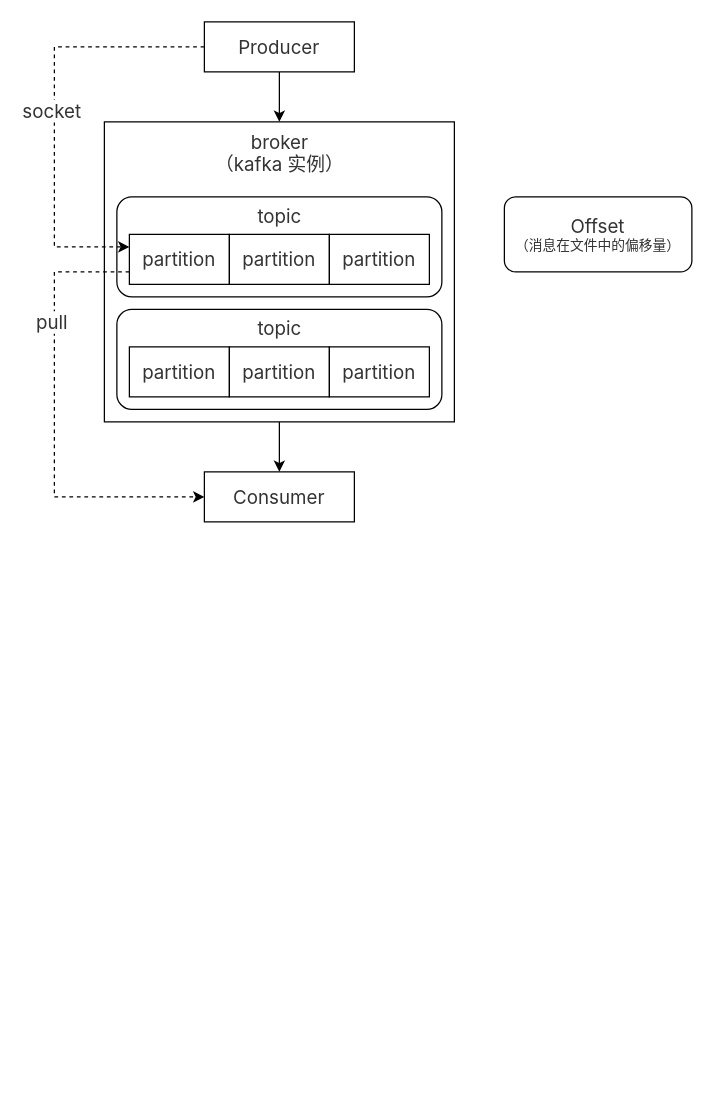
The draw.io diagram kafka/kafka.drawio in zero-97/picture-of-the-article, before the edit. Source tidied: cells renumbered, new cells numbered last; positions are measured from the earlier drawing's top-left corner, leaving out a move shared by most shapes. Both pictures are drawn from the tidied source at 125%, with x=0, y=0 at pixel (54, 21).
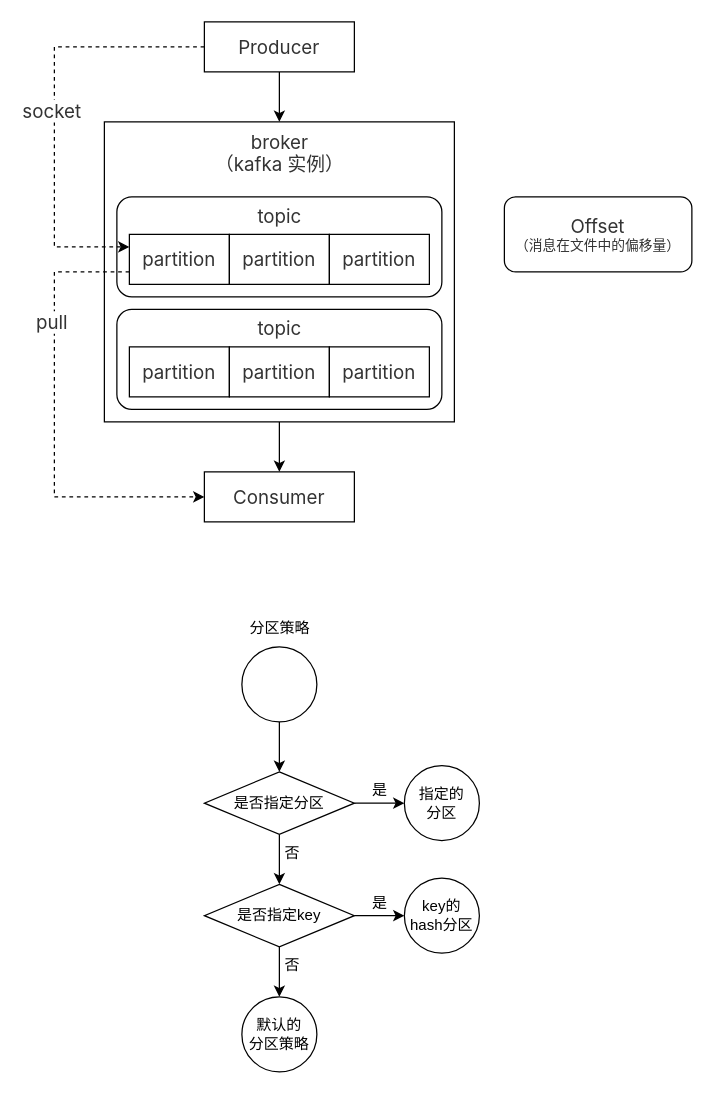
After the change.

Change to the diagram source:
```diff
@@
+    <mxCell id="25" value="分区策略" style="text;html=1;align=center;verticalAlign=middle;strokeColor=none;fillColor=none;" parent="1" vertex="1">
+      <mxGeometry x="145" y="470" width="70" height="30" as="geometry" />
+    </mxCell>
+    <mxCell id="26" style="edgeStyle=orthogonalEdgeStyle;rounded=0;jettySize=auto;html=1;" parent="1" edge="1" source="34" target="29">
+      <mxGeometry relative="1" as="geometry" />
+    </mxCell>
+    <mxCell id="27" style="edgeStyle=orthogonalEdgeStyle;rounded=0;jettySize=auto;html=1;" parent="1" edge="1" source="29" target="32">
+      <mxGeometry relative="1" as="geometry" />
+    </mxCell>
+    <mxCell id="28" style="edgeStyle=orthogonalEdgeStyle;rounded=0;jettySize=auto;html=1;" parent="1" edge="1" source="29" target="37">
+      <mxGeometry relative="1" as="geometry" />
+    </mxCell>
+    <mxCell id="29" value="是否指定分区" style="rhombus;whiteSpace=wrap;html=1;" parent="1" vertex="1">
+      <mxGeometry x="120" y="600" width="120" height="50" as="geometry" />
+    </mxCell>
+    <mxCell id="30" style="edgeStyle=orthogonalEdgeStyle;rounded=0;jettySize=auto;html=1;entryX=0.5;entryY=0;entryDx=0;entryDy=0;" parent="1" edge="1" source="32" target="33">
+      <mxGeometry relative="1" as="geometry" />
+    </mxCell>
+    <mxCell id="31" style="edgeStyle=orthogonalEdgeStyle;rounded=0;jettySize=auto;html=1;" parent="1" edge="1" source="32" target="40">
+      <mxGeometry relative="1" as="geometry" />
+    </mxCell>
+    <mxCell id="32" value="是否指定key" style="rhombus;whiteSpace=wrap;html=1;" parent="1" vertex="1">
+      <mxGeometry x="120" y="690" width="120" height="50" as="geometry" />
+    </mxCell>
+    <mxCell id="33" value="默认的&lt;br&gt;分区策略" style="ellipse;whiteSpace=wrap;html=1;" parent="1" vertex="1">
+      <mxGeometry x="150" y="780" width="60" height="60" as="geometry" />
+    </mxCell>
+    <mxCell id="34" style="ellipse;whiteSpace=wrap;html=1;" parent="1" vertex="1">
+      <mxGeometry x="150" y="500" width="60" height="60" as="geometry" />
+    </mxCell>
+    <mxCell id="35" value="否" style="text;html=1;align=center;verticalAlign=middle;strokeColor=none;fillColor=none;" parent="1" vertex="1">
+      <mxGeometry x="170" y="650" width="40" height="30" as="geometry" />
+    </mxCell>
+    <mxCell id="36" value="否" style="text;html=1;align=center;verticalAlign=middle;strokeColor=none;fillColor=none;" parent="1" vertex="1">
+      <mxGeometry x="170" y="740" width="40" height="30" as="geometry" />
+    </mxCell>
+    <mxCell id="37" value="指定的&lt;br&gt;分区" style="ellipse;whiteSpace=wrap;html=1;" parent="1" vertex="1">
+      <mxGeometry x="280" y="595" width="60" height="60" as="geometry" />
+    </mxCell>
+    <mxCell id="38" value="是" style="text;html=1;align=center;verticalAlign=middle;strokeColor=none;fillColor=none;" parent="1" vertex="1">
+      <mxGeometry x="240" y="600" width="40" height="30" as="geometry" />
+    </mxCell>
+    <mxCell id="39" value="是" style="text;html=1;align=center;verticalAlign=middle;strokeColor=none;fillColor=none;" parent="1" vertex="1">
+      <mxGeometry x="240" y="690" width="40" height="30" as="geometry" />
+    </mxCell>
+    <mxCell id="40" value="key的&lt;br&gt;hash分区" style="ellipse;whiteSpace=wrap;html=1;" parent="1" vertex="1">
+      <mxGeometry x="280" y="685" width="60" height="60" as="geometry" />
+    </mxCell>
```
